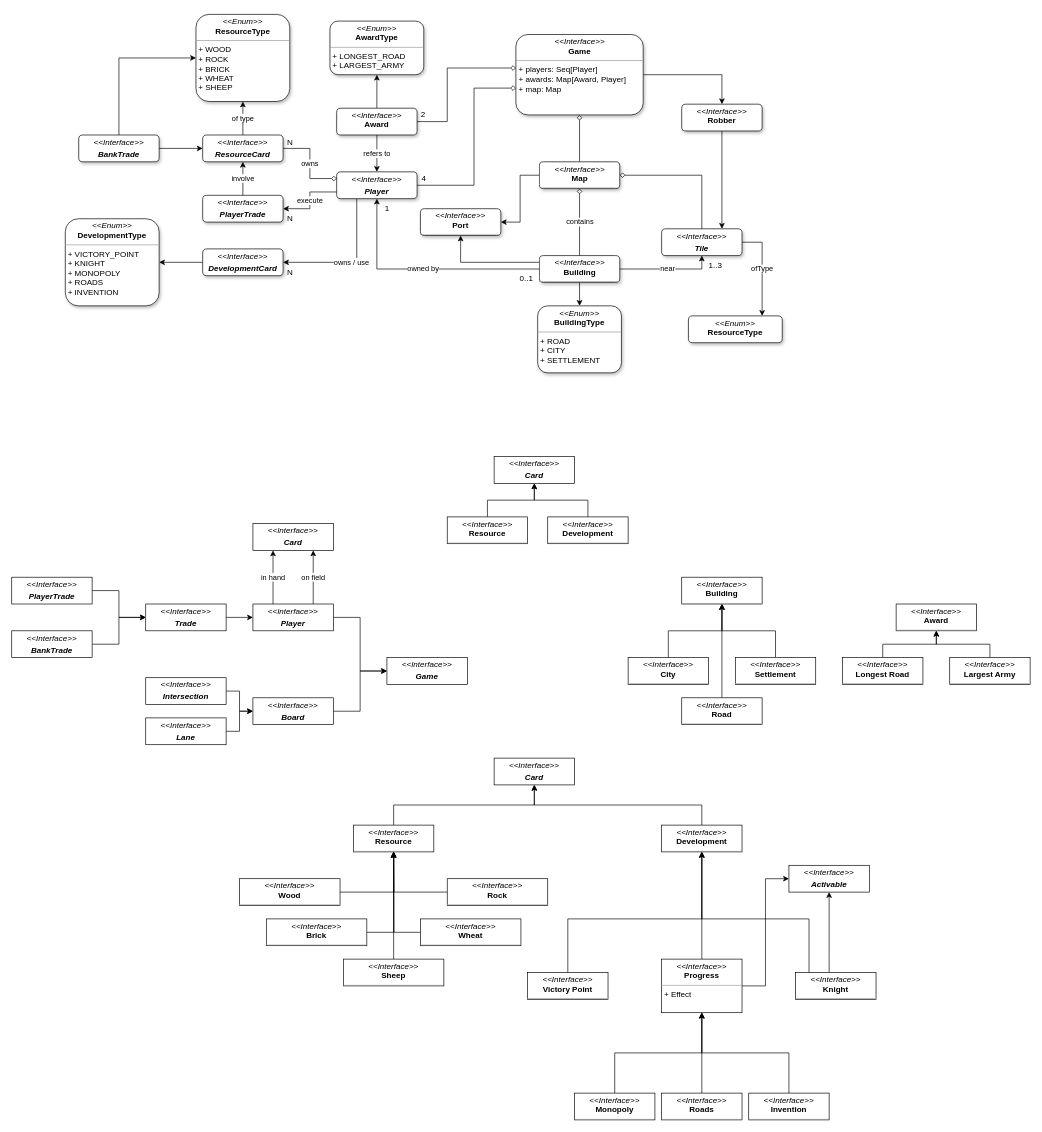
This is page "Dominio" (1 of 3) of scatan.drawio from zucchero-sintattico/pps-22-scatan, a draw.io file, before an edit. Source tidied: cells renumbered, new cells numbered last; positions are measured from the earlier drawing's top-left corner, leaving out a move shared by most shapes. Both pictures are drawn from the tidied source at 67%, with x=0, y=0 at pixel (11, 14).
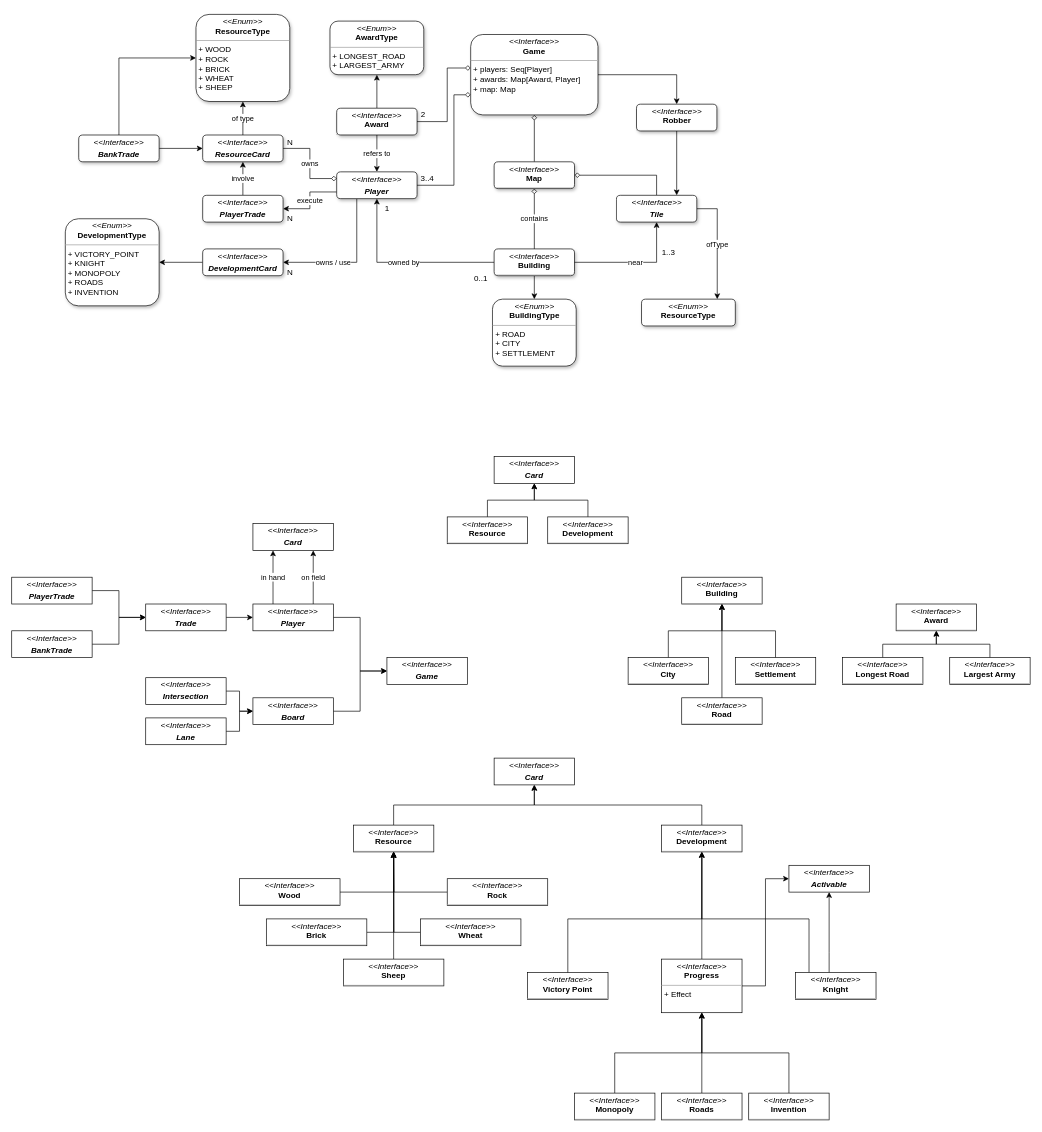
Above is the later version.

The change refers to these unchanged cells:
```xml
<mxCell id="77" value="&lt;p style=&quot;margin:0px;margin-top:4px;text-align:center;&quot;&gt;&lt;i&gt;&amp;lt;&amp;lt;Interface&amp;gt;&amp;gt;&lt;/i&gt;&lt;br&gt;&lt;/p&gt;&lt;p style=&quot;margin:0px;margin-top:4px;text-align:center;&quot;&gt;&lt;i&gt;&lt;b&gt;Player&lt;/b&gt;&lt;/i&gt;&lt;/p&gt;&lt;p style=&quot;margin:0px;margin-left:4px;&quot;&gt;&lt;br&gt;&lt;/p&gt;" style="verticalAlign=top;align=left;overflow=fill;fontSize=12;fontFamily=Helvetica;html=1;whiteSpace=wrap;shadow=1;glass=0;rounded=1;" parent="1" vertex="1">
  <mxGeometry x="485" y="235" width="120" height="40" as="geometry" />
</mxCell>
<mxCell id="100" value="&lt;p style=&quot;margin:0px;margin-top:4px;text-align:center;&quot;&gt;&lt;i&gt;&amp;lt;&amp;lt;Interface&amp;gt;&amp;gt;&lt;/i&gt;&lt;br&gt;&lt;/p&gt;&lt;p style=&quot;margin:0px;margin-top:4px;text-align:center;&quot;&gt;&lt;i&gt;&lt;b&gt;DevelopmentCard&lt;/b&gt;&lt;/i&gt;&lt;/p&gt;&lt;p style=&quot;margin:0px;margin-left:4px;&quot;&gt;&lt;br&gt;&lt;/p&gt;" style="verticalAlign=top;align=left;overflow=fill;fontSize=12;fontFamily=Helvetica;html=1;whiteSpace=wrap;shadow=1;glass=0;rounded=1;" parent="1" vertex="1">
  <mxGeometry x="285" y="350" width="120" height="40" as="geometry" />
</mxCell>
```

Change to the diagram source:
```diff
@@
-    <mxCell id="69" style="edgeStyle=orthogonalEdgeStyle;rounded=0;jettySize=auto;html=1;exitX=0;exitY=0.25;exitDx=0;exitDy=0;entryX=0.5;entryY=1;entryDx=0;entryDy=0;" parent="1" edge="1" source="71" target="102">
-      <mxGeometry relative="1" as="geometry" />
-    </mxCell>
@@
     <mxCell id="71" value="&lt;p style=&quot;margin:0px;margin-top:4px;text-align:center;&quot;&gt;&lt;i&gt;&amp;lt;&amp;lt;Interface&amp;gt;&amp;gt;&lt;/i&gt;&lt;br&gt;&lt;b&gt;Building&lt;/b&gt;&lt;/p&gt;&lt;hr size=&quot;1&quot;&gt;&lt;p style=&quot;margin:0px;margin-left:4px;&quot;&gt;&lt;br&gt;&lt;/p&gt;" style="verticalAlign=top;align=left;overflow=fill;fontSize=12;fontFamily=Helvetica;html=1;whiteSpace=wrap;shadow=1;glass=0;rounded=1;" parent="1" vertex="1">
-      <mxGeometry x="787.5" y="360" width="120" height="40" as="geometry" />
+      <mxGeometry x="720" y="350" width="120" height="40" as="geometry" />
     </mxCell>
@@
     <mxCell id="76" value="owns / use" style="edgeStyle=orthogonalEdgeStyle;rounded=0;jettySize=auto;html=1;exitX=0.25;exitY=1;exitDx=0;exitDy=0;entryX=1;entryY=0.5;entryDx=0;entryDy=0;" parent="1" edge="1" source="77" target="100">
-      <mxGeometry relative="1" as="geometry" />
+      <mxGeometry x="0.27" relative="1" as="geometry" />
     </mxCell>
@@
     <mxCell id="78" style="edgeStyle=orthogonalEdgeStyle;rounded=0;jettySize=auto;html=1;entryX=1;entryY=0.5;entryDx=0;entryDy=0;endArrow=none;endFill=0;startArrow=diamond;startFill=0;" parent="1" edge="1" source="83" target="77">
       <mxGeometry relative="1" as="geometry">
         <Array as="points">
-          <mxPoint x="690" y="110" />
-          <mxPoint x="690" y="255" />
+          <mxPoint x="660" y="120" />
+          <mxPoint x="660" y="255" />
         </Array>
       </mxGeometry>
     </mxCell>
-    <mxCell id="79" value="4" style="text;html=1;align=center;verticalAlign=middle;strokeColor=none;fillColor=none;" parent="1" vertex="1">
-      <mxGeometry x="600" y="230" width="30" height="30" as="geometry" />
+    <mxCell id="79" value="3..4" style="text;html=1;align=center;verticalAlign=middle;strokeColor=none;fillColor=none;" parent="1" vertex="1">
+      <mxGeometry x="600" y="230" width="40" height="30" as="geometry" />
     </mxCell>
@@
     <mxCell id="83" value="&lt;p style=&quot;margin:0px;margin-top:4px;text-align:center;&quot;&gt;&lt;i&gt;&amp;lt;&amp;lt;Interface&amp;gt;&amp;gt;&lt;/i&gt;&lt;br&gt;&lt;b&gt;Game&lt;/b&gt;&lt;/p&gt;&lt;hr size=&quot;1&quot;&gt;&lt;p style=&quot;margin:0px;margin-left:4px;&quot;&gt;+ players: Seq[Player]&lt;/p&gt;&lt;p style=&quot;margin:0px;margin-left:4px;&quot;&gt;+ awards: Map[Award, Player]&lt;/p&gt;&lt;p style=&quot;margin:0px;margin-left:4px;&quot;&gt;+ map: Map&lt;/p&gt;" style="verticalAlign=top;align=left;overflow=fill;fontSize=12;fontFamily=Helvetica;html=1;whiteSpace=wrap;shadow=1;glass=0;rounded=1;" parent="1" vertex="1">
-      <mxGeometry x="752.5" y="30" width="190" height="120" as="geometry" />
+      <mxGeometry x="685" y="30" width="190" height="120" as="geometry" />
     </mxCell>
@@
-    <mxCell id="86" style="edgeStyle=orthogonalEdgeStyle;rounded=0;jettySize=auto;html=1;exitX=0;exitY=0.5;exitDx=0;exitDy=0;entryX=1;entryY=0.5;entryDx=0;entryDy=0;" parent="1" edge="1" source="88" target="102">
-      <mxGeometry relative="1" as="geometry" />
-    </mxCell>
@@
     <mxCell id="88" value="&lt;p style=&quot;margin:0px;margin-top:4px;text-align:center;&quot;&gt;&lt;i&gt;&amp;lt;&amp;lt;Interface&amp;gt;&amp;gt;&lt;/i&gt;&lt;br&gt;&lt;b&gt;Map&lt;/b&gt;&lt;/p&gt;&lt;hr size=&quot;1&quot;&gt;&lt;p style=&quot;margin:0px;margin-left:4px;&quot;&gt;&lt;br&gt;&lt;/p&gt;" style="verticalAlign=top;align=left;overflow=fill;fontSize=12;fontFamily=Helvetica;html=1;whiteSpace=wrap;shadow=1;glass=0;rounded=1;" parent="1" vertex="1">
-      <mxGeometry x="787.5" y="220" width="120" height="40" as="geometry" />
+      <mxGeometry x="720" y="220" width="120" height="40" as="geometry" />
     </mxCell>
@@
-    <mxCell id="102" value="&lt;p style=&quot;margin:0px;margin-top:4px;text-align:center;&quot;&gt;&lt;i&gt;&amp;lt;&amp;lt;Interface&amp;gt;&amp;gt;&lt;/i&gt;&lt;br&gt;&lt;b&gt;Port&lt;/b&gt;&lt;/p&gt;&lt;hr size=&quot;1&quot;&gt;&lt;p style=&quot;margin:0px;margin-left:4px;&quot;&gt;&lt;br&gt;&lt;/p&gt;" style="verticalAlign=top;align=left;overflow=fill;fontSize=12;fontFamily=Helvetica;html=1;whiteSpace=wrap;shadow=1;glass=0;rounded=1;" parent="1" vertex="1">
-      <mxGeometry x="610" y="290" width="120" height="40" as="geometry" />
-    </mxCell>
@@
     <mxCell id="104" value="0..1" style="text;html=1;align=center;verticalAlign=middle;strokeColor=none;fillColor=none;" parent="1" vertex="1">
-      <mxGeometry x="747.5" y="380" width="40" height="30" as="geometry" />
+      <mxGeometry x="680" y="380" width="40" height="30" as="geometry" />
     </mxCell>
@@
     <mxCell id="106" value="&lt;p style=&quot;margin:0px;margin-top:4px;text-align:center;&quot;&gt;&lt;i&gt;&amp;lt;&amp;lt;Enum&amp;gt;&amp;gt;&lt;/i&gt;&lt;br&gt;&lt;b&gt;BuildingType&lt;/b&gt;&lt;/p&gt;&lt;hr size=&quot;1&quot;&gt;&lt;p style=&quot;margin:0px;margin-left:4px;&quot;&gt;+ ROAD&lt;/p&gt;&lt;p style=&quot;margin:0px;margin-left:4px;&quot;&gt;+ CITY&lt;/p&gt;&lt;p style=&quot;margin:0px;margin-left:4px;&quot;&gt;+ SETTLEMENT&lt;/p&gt;" style="verticalAlign=top;align=left;overflow=fill;fontSize=12;fontFamily=Helvetica;html=1;whiteSpace=wrap;shadow=1;glass=0;rounded=1;" parent="1" vertex="1">
-      <mxGeometry x="785" y="435" width="125" height="100" as="geometry" />
+      <mxGeometry x="717.5" y="425" width="125" height="100" as="geometry" />
     </mxCell>
@@
     <mxCell id="108" value="ofType" style="edgeStyle=orthogonalEdgeStyle;rounded=0;jettySize=auto;html=1;exitX=1;exitY=0.5;exitDx=0;exitDy=0;" parent="1" edge="1" source="109" target="111">
       <mxGeometry relative="1" as="geometry">
         <Array as="points">
-          <mxPoint x="1120" y="340" />
+          <mxPoint x="1053" y="290" />
         </Array>
       </mxGeometry>
     </mxCell>
     <mxCell id="109" value="&lt;p style=&quot;margin:0px;margin-top:4px;text-align:center;&quot;&gt;&lt;i&gt;&amp;lt;&amp;lt;Interface&amp;gt;&amp;gt;&lt;/i&gt;&lt;br&gt;&lt;/p&gt;&lt;p style=&quot;margin:0px;margin-top:4px;text-align:center;&quot;&gt;&lt;i&gt;&lt;b&gt;Tile&lt;/b&gt;&lt;/i&gt;&lt;/p&gt;&lt;p style=&quot;margin:0px;margin-left:4px;&quot;&gt;&lt;br&gt;&lt;/p&gt;" style="verticalAlign=top;align=left;overflow=fill;fontSize=12;fontFamily=Helvetica;html=1;whiteSpace=wrap;shadow=1;glass=0;rounded=1;" parent="1" vertex="1">
-      <mxGeometry x="970" y="320" width="120" height="40" as="geometry" />
+      <mxGeometry x="902.5" y="270" width="120" height="40" as="geometry" />
     </mxCell>
     <mxCell id="110" value="1..3" style="text;html=1;align=center;verticalAlign=middle;strokeColor=none;fillColor=none;" parent="1" vertex="1">
-      <mxGeometry x="1030" y="360" width="40" height="30" as="geometry" />
+      <mxGeometry x="960" y="340" width="40" height="30" as="geometry" />
     </mxCell>
     <mxCell id="111" value="&lt;p style=&quot;margin:0px;margin-top:4px;text-align:center;&quot;&gt;&lt;i&gt;&amp;lt;&amp;lt;Enum&amp;gt;&amp;gt;&lt;/i&gt;&lt;br&gt;&lt;b&gt;ResourceType&lt;/b&gt;&lt;/p&gt;&lt;p style=&quot;margin:0px;margin-left:4px;&quot;&gt;&lt;br&gt;&lt;/p&gt;" style="verticalAlign=top;align=left;overflow=fill;fontSize=12;fontFamily=Helvetica;html=1;whiteSpace=wrap;shadow=1;glass=0;rounded=1;" parent="1" vertex="1">
-      <mxGeometry x="1010" y="450" width="140" height="40" as="geometry" />
+      <mxGeometry x="940" y="425" width="140" height="40" as="geometry" />
     </mxCell>
@@
     <mxCell id="113" value="&lt;p style=&quot;margin:0px;margin-top:4px;text-align:center;&quot;&gt;&lt;i&gt;&amp;lt;&amp;lt;Interface&amp;gt;&amp;gt;&lt;/i&gt;&lt;br&gt;&lt;b&gt;Robber&lt;/b&gt;&lt;/p&gt;&lt;hr size=&quot;1&quot;&gt;&lt;p style=&quot;margin:0px;margin-left:4px;&quot;&gt;&lt;br&gt;&lt;/p&gt;" style="verticalAlign=top;align=left;overflow=fill;fontSize=12;fontFamily=Helvetica;html=1;whiteSpace=wrap;shadow=1;glass=0;rounded=1;" parent="1" vertex="1">
-      <mxGeometry x="1000" y="134" width="120" height="40" as="geometry" />
+      <mxGeometry x="932.5" y="134" width="120" height="40" as="geometry" />
     </mxCell>
```
